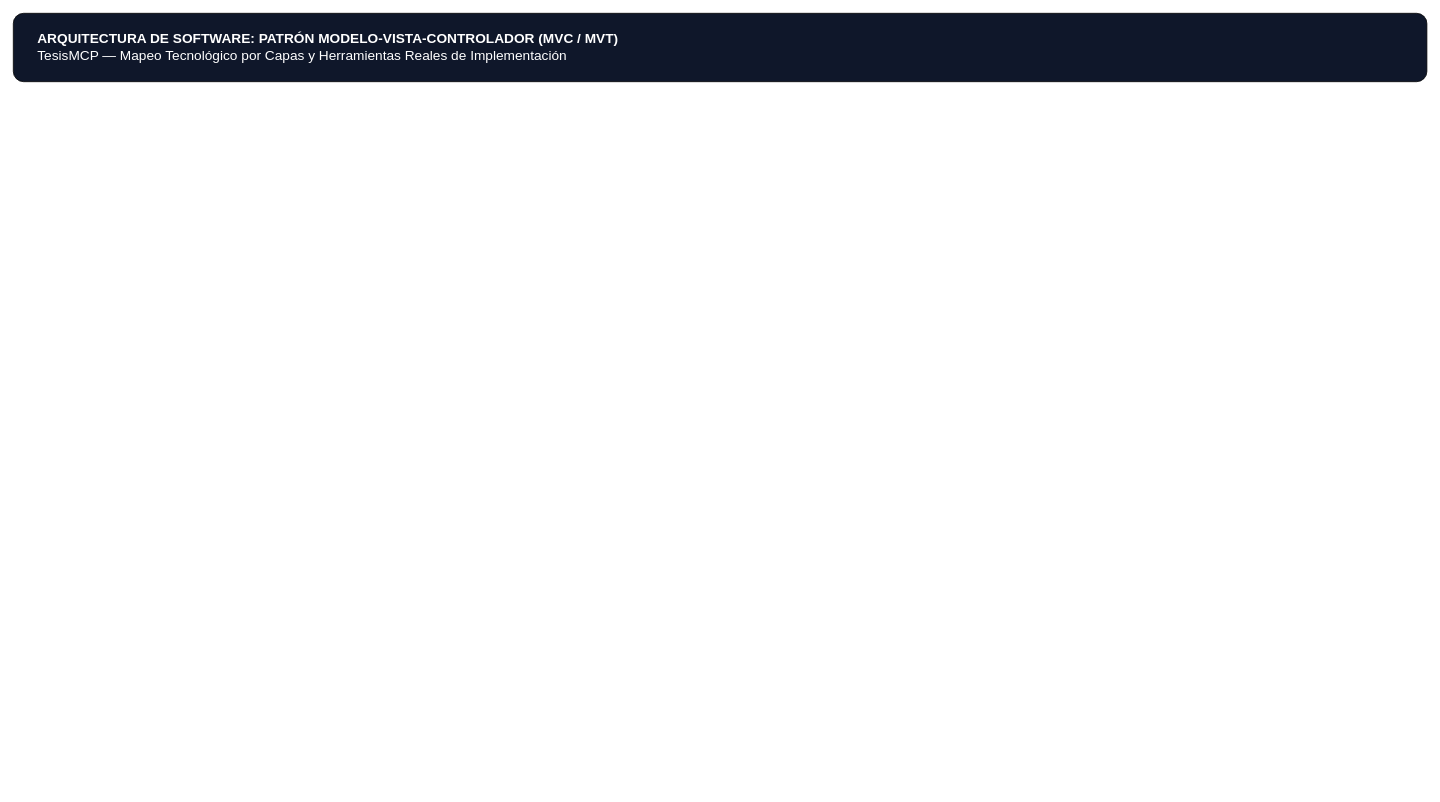
The draw.io diagram docs/diagramas/diapositiva_02_arquitectura_mvc.drawio in Jupiloy/TesisMCP, before the edit. Source tidied: cells renumbered, new cells numbered last; positions are measured from the earlier drawing's top-left corner, leaving out a move shared by most shapes. Both pictures are drawn from the tidied source at 76%, with x=0, y=0 at pixel (13, 13).
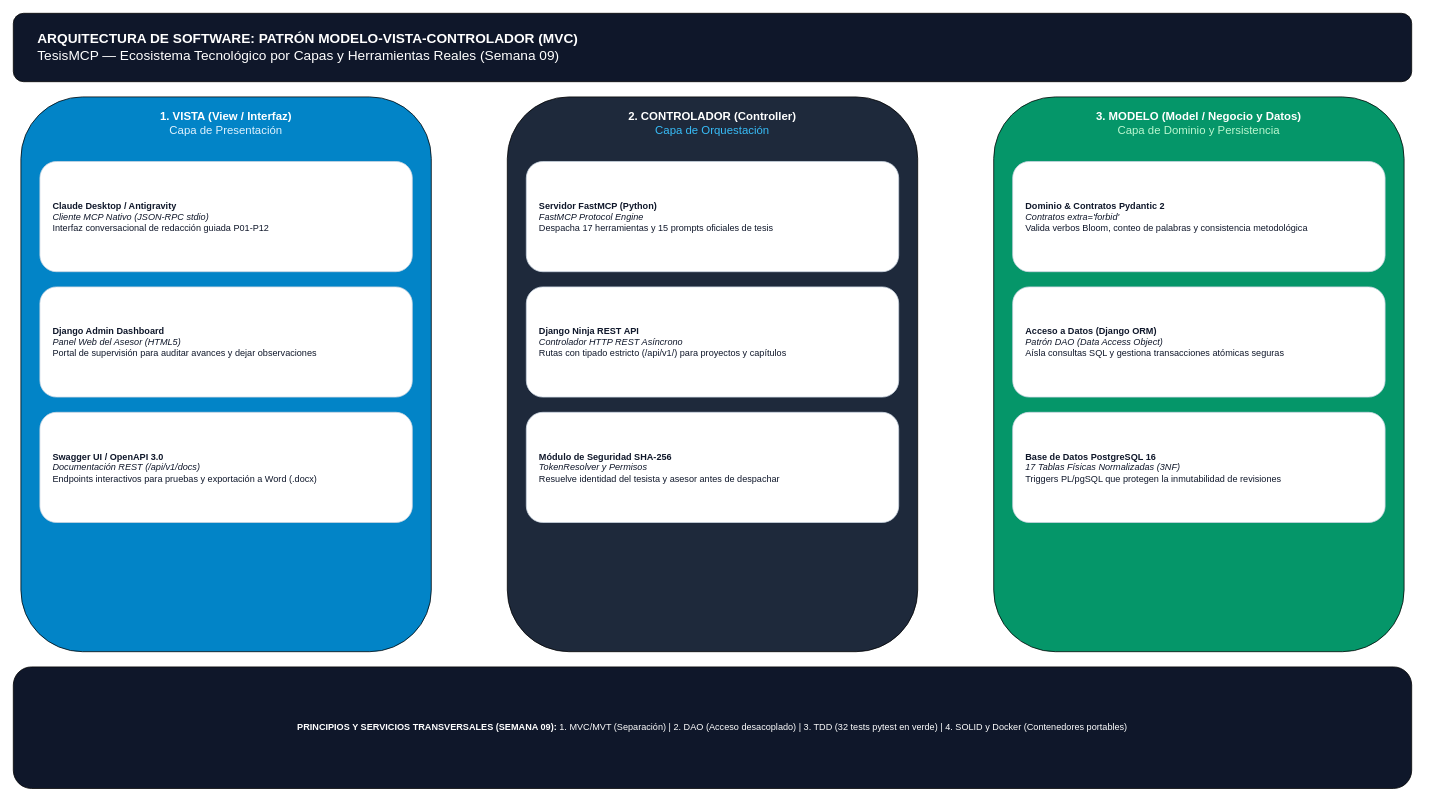
Above is the later version.

Commit message (it also covers changes not shown here):
style(diapositivas): optimizar espaciado y legibilidad de arquitectura MVC eliminando sobrecarga visual

Change to the diagram source:
```diff
@@
 <mxGraphModel>
   <root>
     <mxCell id="0" />
     <mxCell id="1" parent="0" />
-    <mxCell id="2" value="&lt;b&gt;ARQUITECTURA DE SOFTWARE: PATRÓN MODELO-VISTA-CONTROLADOR (MVC / MVT)&lt;/b&gt;&lt;br/&gt;TesisMCP — Mapeo Tecnológico por Capas y Herramientas Reales de Implementación" style="rounded=1;whiteSpace=wrap;html=1;fillColor=#0f172a;fontColor=#ffffff;fontSize=18;align=left;spacingLeft=30;" parent="1" vertex="1">
-      <mxGeometry width="1860" height="90" as="geometry" />
+    <mxCell id="2" value="&lt;b&gt;ARQUITECTURA DE SOFTWARE: PATRÓN MODELO-VISTA-CONTROLADOR (MVC)&lt;/b&gt;&lt;br/&gt;TesisMCP — Ecosistema Tecnológico por Capas y Herramientas Reales (Semana 09)" style="rounded=1;whiteSpace=wrap;html=1;fillColor=#0f172a;fontColor=#ffffff;fontSize=18;align=left;spacingLeft=30;" parent="1" vertex="1">
+      <mxGeometry width="1840" height="90" as="geometry" />
     </mxCell>
+    <mxCell id="3" value="&lt;b&gt;1. VISTA (View / Interfaz)&lt;/b&gt;&lt;br/&gt;&lt;font color='#e0f2fe'&gt;Capa de Presentación&lt;/font&gt;" style="rounded=1;whiteSpace=wrap;html=1;fillColor=#0284c7;fontColor=#ffffff;fontSize=15;align=center;verticalAlign=top;spacingTop=10;" parent="1" vertex="1">
+      <mxGeometry x="10" y="110" width="540" height="730" as="geometry" />
+    </mxCell>
+    <mxCell id="4" value="&lt;b&gt;Claude Desktop / Antigravity&lt;/b&gt;&lt;br/&gt;&lt;i&gt;Cliente MCP Nativo (JSON-RPC stdio)&lt;/i&gt;&lt;br/&gt;Interfaz conversacional de redacción guiada P01-P12" style="rounded=1;whiteSpace=wrap;html=1;fillColor=#ffffff;strokeColor=#cbd5e1;fontColor=#0f172a;fontSize=12;align=left;spacingLeft=15;" parent="3" vertex="1">
+      <mxGeometry x="25" y="85" width="490" height="145" as="geometry" />
+    </mxCell>
+    <mxCell id="5" value="&lt;b&gt;Django Admin Dashboard&lt;/b&gt;&lt;br/&gt;&lt;i&gt;Panel Web del Asesor (HTML5)&lt;/i&gt;&lt;br/&gt;Portal de supervisión para auditar avances y dejar observaciones" style="rounded=1;whiteSpace=wrap;html=1;fillColor=#ffffff;strokeColor=#cbd5e1;fontColor=#0f172a;fontSize=12;align=left;spacingLeft=15;" parent="3" vertex="1">
+      <mxGeometry x="25" y="250" width="490" height="145" as="geometry" />
+    </mxCell>
+    <mxCell id="6" value="&lt;b&gt;Swagger UI / OpenAPI 3.0&lt;/b&gt;&lt;br/&gt;&lt;i&gt;Documentación REST (/api/v1/docs)&lt;/i&gt;&lt;br/&gt;Endpoints interactivos para pruebas y exportación a Word (.docx)" style="rounded=1;whiteSpace=wrap;html=1;fillColor=#ffffff;strokeColor=#cbd5e1;fontColor=#0f172a;fontSize=12;align=left;spacingLeft=15;" parent="3" vertex="1">
+      <mxGeometry x="25" y="415" width="490" height="145" as="geometry" />
+    </mxCell>
+    <mxCell id="7" value="&lt;b&gt;2. CONTROLADOR (Controller)&lt;/b&gt;&lt;br/&gt;&lt;font color='#38bdf8'&gt;Capa de Orquestación&lt;/font&gt;" style="rounded=1;whiteSpace=wrap;html=1;fillColor=#1e293b;fontColor=#ffffff;fontSize=15;align=center;verticalAlign=top;spacingTop=10;" parent="1" vertex="1">
+      <mxGeometry x="650" y="110" width="540" height="730" as="geometry" />
+    </mxCell>
+    <mxCell id="8" value="&lt;b&gt;Servidor FastMCP (Python)&lt;/b&gt;&lt;br/&gt;&lt;i&gt;FastMCP Protocol Engine&lt;/i&gt;&lt;br/&gt;Despacha 17 herramientas y 15 prompts oficiales de tesis" style="rounded=1;whiteSpace=wrap;html=1;fillColor=#ffffff;strokeColor=#cbd5e1;fontColor=#0f172a;fontSize=12;align=left;spacingLeft=15;" parent="7" vertex="1">
+      <mxGeometry x="25" y="85" width="490" height="145" as="geometry" />
+    </mxCell>
+    <mxCell id="9" value="&lt;b&gt;Django Ninja REST API&lt;/b&gt;&lt;br/&gt;&lt;i&gt;Controlador HTTP REST Asíncrono&lt;/i&gt;&lt;br/&gt;Rutas con tipado estricto (/api/v1/) para proyectos y capítulos" style="rounded=1;whiteSpace=wrap;html=1;fillColor=#ffffff;strokeColor=#cbd5e1;fontColor=#0f172a;fontSize=12;align=left;spacingLeft=15;" parent="7" vertex="1">
+      <mxGeometry x="25" y="250" width="490" height="145" as="geometry" />
+    </mxCell>
+    <mxCell id="10" value="&lt;b&gt;Módulo de Seguridad SHA-256&lt;/b&gt;&lt;br/&gt;&lt;i&gt;TokenResolver y Permisos&lt;/i&gt;&lt;br/&gt;Resuelve identidad del tesista y asesor antes de despachar" style="rounded=1;whiteSpace=wrap;html=1;fillColor=#ffffff;strokeColor=#cbd5e1;fontColor=#0f172a;fontSize=12;align=left;spacingLeft=15;" parent="7" vertex="1">
+      <mxGeometry x="25" y="415" width="490" height="145" as="geometry" />
+    </mxCell>
+    <mxCell id="11" value="&lt;b&gt;3. MODELO (Model / Negocio y Datos)&lt;/b&gt;&lt;br/&gt;&lt;font color='#bbf7d0'&gt;Capa de Dominio y Persistencia&lt;/font&gt;" style="rounded=1;whiteSpace=wrap;html=1;fillColor=#059669;fontColor=#ffffff;fontSize=15;align=center;verticalAlign=top;spacingTop=10;" parent="1" vertex="1">
+      <mxGeometry x="1290" y="110" width="540" height="730" as="geometry" />
+    </mxCell>
+    <mxCell id="12" value="&lt;b&gt;Dominio &amp; Contratos Pydantic 2&lt;/b&gt;&lt;br/&gt;&lt;i&gt;Contratos extra='forbid'&lt;/i&gt;&lt;br/&gt;Valida verbos Bloom, conteo de palabras y consistencia metodológica" style="rounded=1;whiteSpace=wrap;html=1;fillColor=#ffffff;strokeColor=#cbd5e1;fontColor=#0f172a;fontSize=12;align=left;spacingLeft=15;" parent="11" vertex="1">
+      <mxGeometry x="25" y="85" width="490" height="145" as="geometry" />
+    </mxCell>
+    <mxCell id="13" value="&lt;b&gt;Acceso a Datos (Django ORM)&lt;/b&gt;&lt;br/&gt;&lt;i&gt;Patrón DAO (Data Access Object)&lt;/i&gt;&lt;br/&gt;Aísla consultas SQL y gestiona transacciones atómicas seguras" style="rounded=1;whiteSpace=wrap;html=1;fillColor=#ffffff;strokeColor=#cbd5e1;fontColor=#0f172a;fontSize=12;align=left;spacingLeft=15;" parent="11" vertex="1">
+      <mxGeometry x="25" y="250" width="490" height="145" as="geometry" />
+    </mxCell>
+    <mxCell id="14" value="&lt;b&gt;Base de Datos PostgreSQL 16&lt;/b&gt;&lt;br/&gt;&lt;i&gt;17 Tablas Físicas Normalizadas (3NF)&lt;/i&gt;&lt;br/&gt;Triggers PL/pgSQL que protegen la inmutabilidad de revisiones" style="rounded=1;whiteSpace=wrap;html=1;fillColor=#ffffff;strokeColor=#cbd5e1;fontColor=#0f172a;fontSize=12;align=left;spacingLeft=15;" parent="11" vertex="1">
+      <mxGeometry x="25" y="415" width="490" height="145" as="geometry" />
+    </mxCell>
+    <mxCell id="15" value="&lt;b&gt;PRINCIPIOS Y SERVICIOS TRANSVERSALES (SEMANA 09):&lt;/b&gt; 1. MVC/MVT (Separación) | 2. DAO (Acceso desacoplado) | 3. TDD (32 tests pytest en verde) | 4. SOLID y Docker (Contenedores portables)" style="rounded=1;whiteSpace=wrap;html=1;fillColor=#0f172a;fontColor=#ffffff;fontSize=12;align=center;" parent="1" vertex="1">
+      <mxGeometry y="860" width="1840" height="160" as="geometry" />
+    </mxCell>
   </root>
 </mxGraphModel>
```
